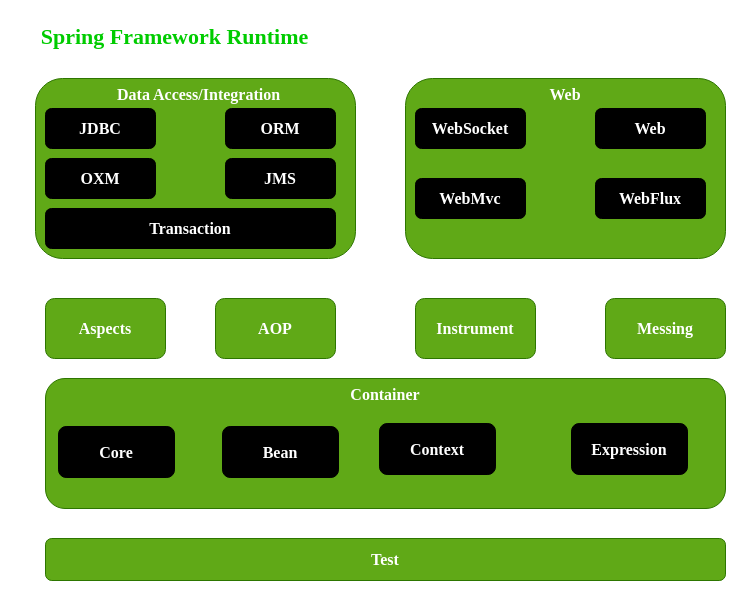
This is spring/spring-core-architecture.drawio from xutingyin/draw, a draw.io file, before an edit. Source tidied: cells renumbered, new cells numbered last; positions are measured from the earlier drawing's top-left corner, leaving out a move shared by most shapes. Both pictures are drawn from the tidied source at 100%, with x=0, y=0 at pixel (17, 17).
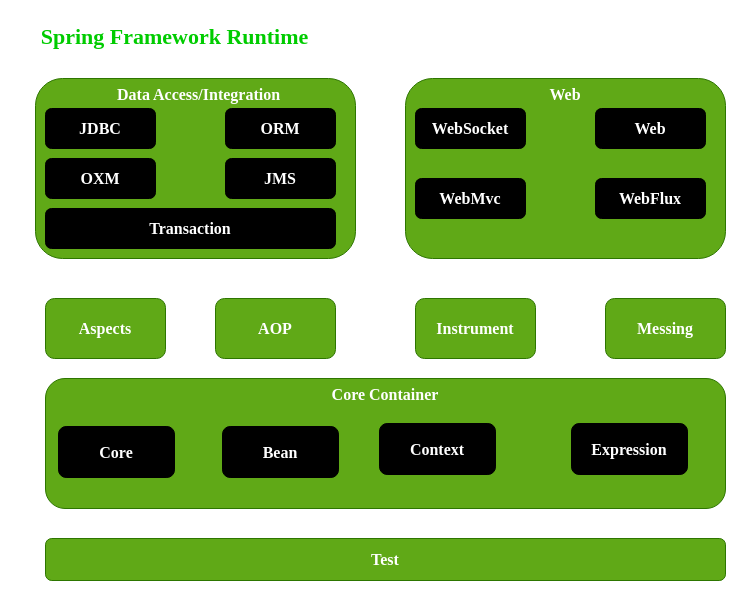
Above is the later version.

Change to the diagram source:
```diff
@@
-    <mxCell id="5" value="Container" style="rounded=1;whiteSpace=wrap;html=1;fontFamily=Times New Roman;fontSize=16;fillColor=#60a917;strokeColor=#2D7600;fontColor=#ffffff;verticalAlign=top;fontStyle=1;" parent="1" vertex="1">
+    <mxCell id="5" value="Core Container" style="rounded=1;whiteSpace=wrap;html=1;fontFamily=Times New Roman;fontSize=16;fillColor=#60a917;strokeColor=#2D7600;fontColor=#ffffff;verticalAlign=top;fontStyle=1;" parent="1" vertex="1">
       <mxGeometry x="28" y="361" width="680" height="130" as="geometry" />
     </mxCell>
```
